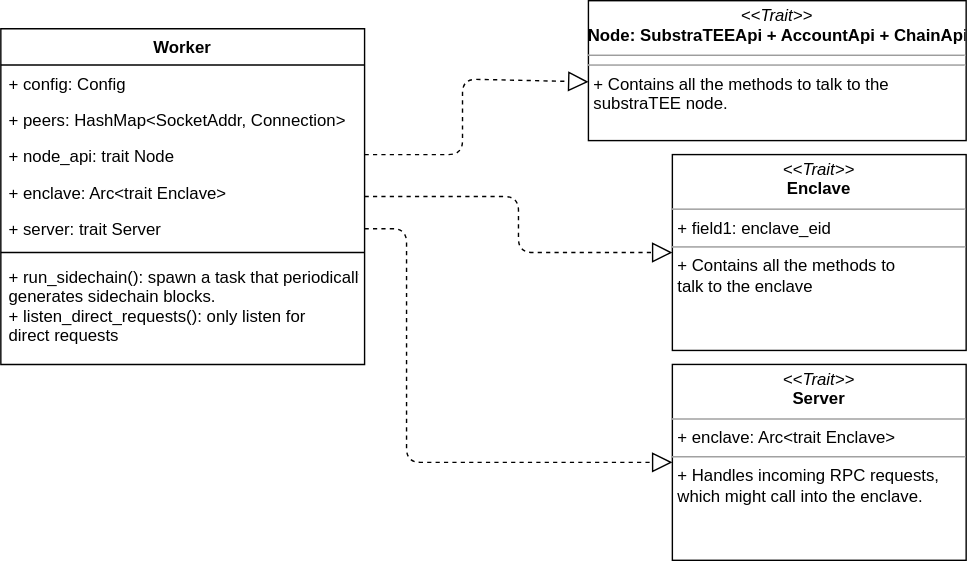
Above: worker/design.svg in clangenb/substraTEE-worker (draw.io), before the change. Source tidied: cells renumbered, new cells last; positions are measured from the earlier drawing's top-left corner, leaving out a move shared by most shapes.
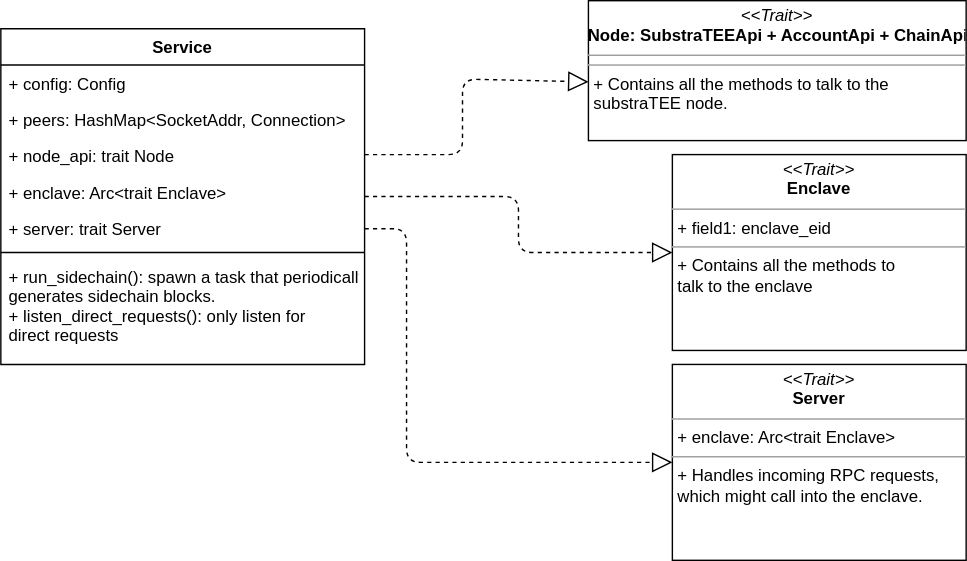
The same diagram one commit later.

The edit, as a diff of the source:
```diff
@@ -2,7 +2,7 @@
   <root>
     <mxCell id="0" />
     <mxCell id="1" parent="0" />
-    <mxCell id="2" value="Worker" style="swimlane;fontStyle=1;align=center;verticalAlign=top;horizontal=1;startSize=26;" parent="1" vertex="1">
+    <mxCell id="2" value="Service" style="swimlane;fontStyle=1;align=center;verticalAlign=top;horizontal=1;startSize=26;" parent="1" vertex="1">
       <mxGeometry y="20" width="260" height="240" as="geometry" />
     </mxCell>
     <mxCell id="3" value="+ config: Config" style="text;strokeColor=none;fillColor=none;align=left;verticalAlign=top;spacingLeft=4;spacingRight=4;overflow=hidden;" parent="2" vertex="1">
```
